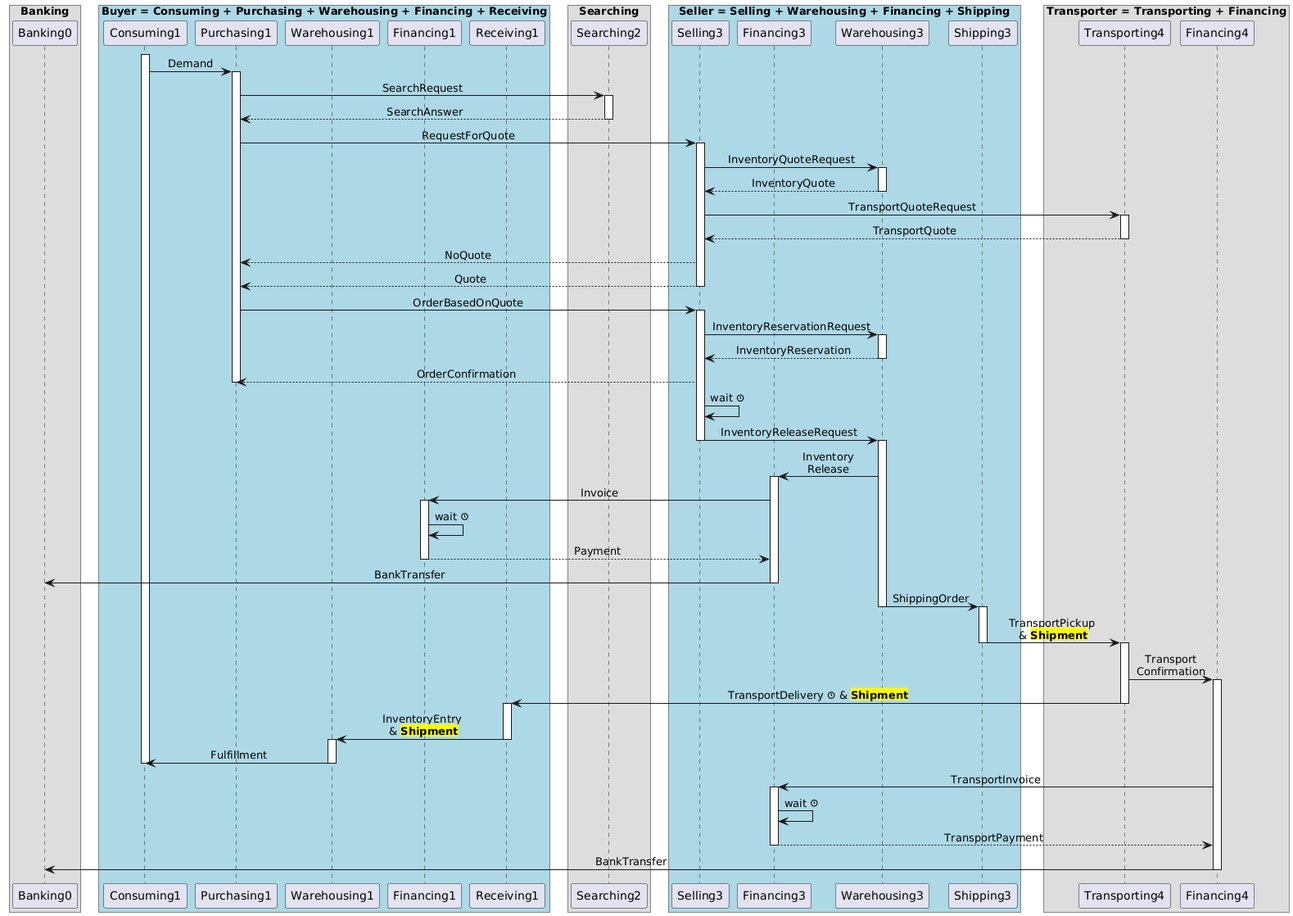
Earlier version of the PlantUML export supplychain-core/doc/design/process-demand-rfq.png (averbraeck/dsol-supplychain).
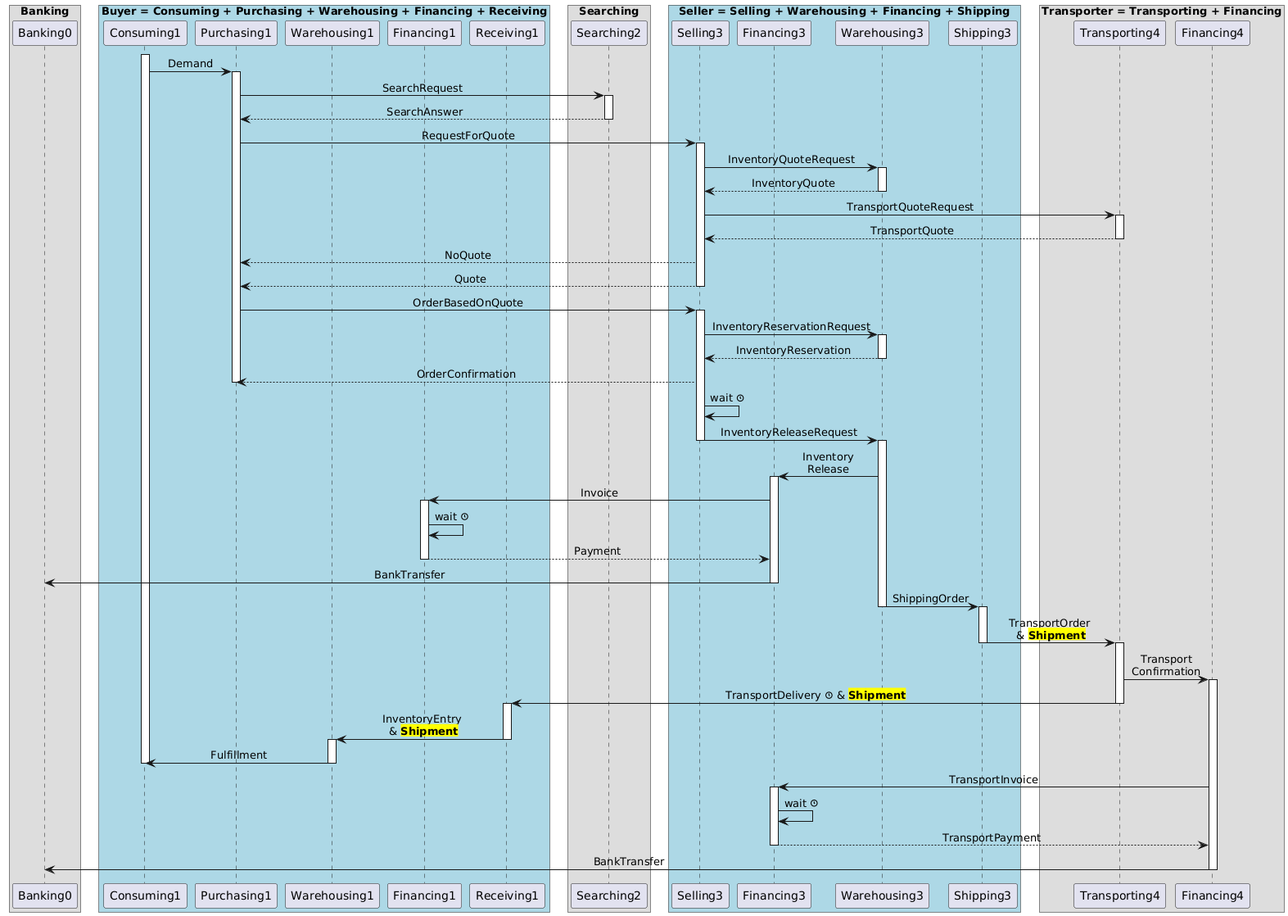
The same file after the commit.

Commit message:
TRansportPickup renamed to TransportOrder

Diff of the diagram source:
```diff
@@ -72,7 +72,7 @@
   WR3 -> ShR3: ShippingOrder
     deactivate WR3
     activate ShR3
-    ShR3 -> TR4: TransportPickup\n & <back:yellow><b>Shipment</b>
+    ShR3 -> TR4: TransportOrder\n & <back:yellow><b>Shipment</b>
       deactivate ShR3
       activate TR4
       TR4 -> FR4: Transport\nConfirmation
```
